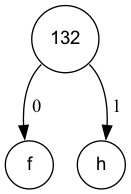
The Graphviz diagram fichiers_viz/arbre_codage_etape_5.png in Procuste34/codage_huffman_c, before a commit. Its source is kept beside it as fichiers_viz/arbre_codage_etape_5.dot.
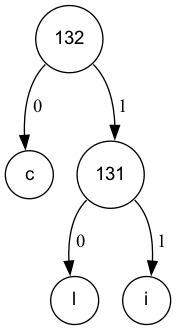
After the commit.

The edit, as a diff of the source:
```diff
@@ -1,8 +1,12 @@
 digraph POT_test {
 node [fontname="Arial", shape="circle", width=0.5];
 132 [label = "132"]
-102 [label = "f"]
-104 [label = "h"]
-132:sw -> 102 [label = " 0"]
-132:se -> 104 [label = " 1"]
+99 [label = "c"]
+131 [label = "131"]
+108 [label = "l"]
+105 [label = "i"]
+131:sw -> 108 [label = " 0"]
+131:se -> 105 [label = " 1"]
+132:sw -> 99 [label = " 0"]
+132:se -> 131 [label = " 1"]
 }
```
